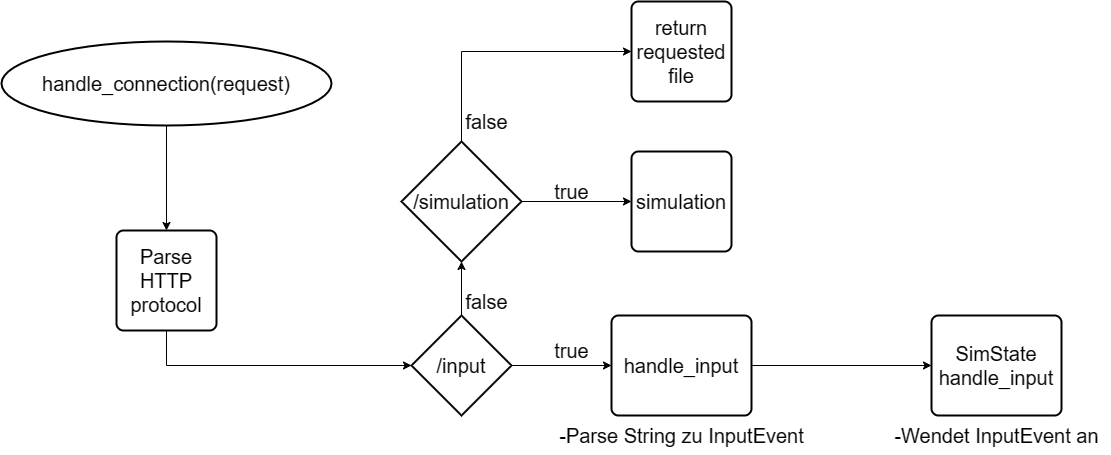
Earlier version of the draw.io export Final/request.png (DerGorn/InterstellareSimulation). Source tidied: cells renumbered, new cells last; positions are measured from the earlier drawing's top-left corner, leaving out a move shared by most shapes. The source it was exported from:
```xml
<mxGraphModel>
  <root>
    <mxCell id="0" />
    <mxCell id="1" parent="0" />
    <mxCell id="2" style="edgeStyle=orthogonalEdgeStyle;rounded=0;jettySize=auto;html=1;entryX=0;entryY=0.5;entryDx=0;entryDy=0;" parent="1" edge="1" source="4" target="6">
      <mxGeometry relative="1" as="geometry" />
    </mxCell>
    <mxCell id="3" style="edgeStyle=orthogonalEdgeStyle;rounded=0;jettySize=auto;html=1;entryX=0.5;entryY=1;entryDx=0;entryDy=0;entryPerimeter=0;" parent="1" edge="1" source="4" target="13">
      <mxGeometry relative="1" as="geometry" />
    </mxCell>
    <mxCell id="4" value="&lt;font style=&quot;font-size: 20px;&quot;&gt;/input&lt;/font&gt;" style="strokeWidth=2;html=1;shape=mxgraph.flowchart.decision;whiteSpace=wrap;" parent="1" vertex="1">
      <mxGeometry x="410" y="314" width="100" height="100" as="geometry" />
    </mxCell>
    <mxCell id="5" style="edgeStyle=orthogonalEdgeStyle;rounded=0;jettySize=auto;html=1;" parent="1" edge="1" source="6" target="9">
      <mxGeometry relative="1" as="geometry" />
    </mxCell>
    <mxCell id="6" value="&lt;font style=&quot;font-size: 20px;&quot;&gt;handle_input&lt;/font&gt;" style="rounded=1;whiteSpace=wrap;html=1;absoluteArcSize=1;arcSize=14;strokeWidth=2;" parent="1" vertex="1">
      <mxGeometry x="610" y="314" width="140" height="100" as="geometry" />
    </mxCell>
    <mxCell id="7" value="&lt;span style=&quot;font-size: 20px;&quot;&gt;-Parse String zu InputEvent&lt;/span&gt;" style="text;html=1;align=center;verticalAlign=middle;strokeColor=none;fillColor=none;" parent="1" vertex="1">
      <mxGeometry x="545" y="414" width="270" height="40" as="geometry" />
    </mxCell>
    <mxCell id="8" value="&lt;font style=&quot;font-size: 20px;&quot;&gt;true&lt;/font&gt;" style="text;html=1;align=center;verticalAlign=middle;strokeColor=none;fillColor=none;" parent="1" vertex="1">
      <mxGeometry x="540" y="329" width="60" height="40" as="geometry" />
    </mxCell>
    <mxCell id="9" value="&lt;font style=&quot;font-size: 20px;&quot;&gt;SimState&lt;br&gt;handle_input&lt;/font&gt;" style="rounded=1;whiteSpace=wrap;html=1;absoluteArcSize=1;arcSize=14;strokeWidth=2;" parent="1" vertex="1">
      <mxGeometry x="930" y="314" width="130" height="100" as="geometry" />
    </mxCell>
    <mxCell id="10" value="&lt;span style=&quot;font-size: 20px;&quot;&gt;-Wendet InputEvent an&lt;/span&gt;" style="text;html=1;align=center;verticalAlign=middle;strokeColor=none;fillColor=none;" parent="1" vertex="1">
      <mxGeometry x="880" y="414" width="230" height="40" as="geometry" />
    </mxCell>
    <mxCell id="11" style="edgeStyle=orthogonalEdgeStyle;rounded=0;jettySize=auto;html=1;entryX=0;entryY=0.5;entryDx=0;entryDy=0;" parent="1" edge="1" source="13" target="16">
      <mxGeometry relative="1" as="geometry" />
    </mxCell>
    <mxCell id="12" style="edgeStyle=orthogonalEdgeStyle;rounded=0;jettySize=auto;html=1;entryX=0;entryY=0.5;entryDx=0;entryDy=0;exitX=0.5;exitY=0;exitDx=0;exitDy=0;exitPerimeter=0;" parent="1" edge="1" source="13" target="15">
      <mxGeometry relative="1" as="geometry" />
    </mxCell>
    <mxCell id="13" value="&lt;font style=&quot;font-size: 20px;&quot;&gt;/simulation&lt;/font&gt;" style="strokeWidth=2;html=1;shape=mxgraph.flowchart.decision;whiteSpace=wrap;" parent="1" vertex="1">
      <mxGeometry x="400" y="140" width="120" height="120" as="geometry" />
    </mxCell>
    <mxCell id="14" value="&lt;font style=&quot;font-size: 20px;&quot;&gt;false&lt;/font&gt;" style="text;html=1;align=center;verticalAlign=middle;strokeColor=none;fillColor=none;" parent="1" vertex="1">
      <mxGeometry x="450" y="280" width="70" height="40" as="geometry" />
    </mxCell>
    <mxCell id="15" value="&lt;font style=&quot;font-size: 20px;&quot;&gt;return requested file&lt;/font&gt;" style="rounded=1;whiteSpace=wrap;html=1;absoluteArcSize=1;arcSize=14;strokeWidth=2;" parent="1" vertex="1">
      <mxGeometry x="630" width="100" height="100" as="geometry" />
    </mxCell>
    <mxCell id="16" value="&lt;font style=&quot;font-size: 20px;&quot;&gt;simulation&lt;/font&gt;" style="rounded=1;whiteSpace=wrap;html=1;absoluteArcSize=1;arcSize=14;strokeWidth=2;" parent="1" vertex="1">
      <mxGeometry x="630" y="150" width="100" height="100" as="geometry" />
    </mxCell>
    <mxCell id="17" value="&lt;font style=&quot;font-size: 20px;&quot;&gt;false&lt;/font&gt;" style="text;html=1;align=center;verticalAlign=middle;strokeColor=none;fillColor=none;" parent="1" vertex="1">
      <mxGeometry x="450" y="100" width="70" height="40" as="geometry" />
    </mxCell>
    <mxCell id="18" value="&lt;font style=&quot;font-size: 20px;&quot;&gt;true&lt;/font&gt;" style="text;html=1;align=center;verticalAlign=middle;strokeColor=none;fillColor=none;" parent="1" vertex="1">
      <mxGeometry x="540" y="170" width="60" height="40" as="geometry" />
    </mxCell>
    <mxCell id="19" style="edgeStyle=orthogonalEdgeStyle;rounded=0;jettySize=auto;html=1;" parent="1" edge="1" source="20" target="22">
      <mxGeometry relative="1" as="geometry" />
    </mxCell>
    <mxCell id="20" value="&lt;font style=&quot;font-size: 20px;&quot;&gt;handle_connection(request)&lt;/font&gt;" style="strokeWidth=2;html=1;shape=mxgraph.flowchart.start_1;whiteSpace=wrap;" parent="1" vertex="1">
      <mxGeometry y="40" width="330" height="84" as="geometry" />
    </mxCell>
    <mxCell id="21" style="edgeStyle=orthogonalEdgeStyle;rounded=0;jettySize=auto;html=1;entryX=0;entryY=0.5;entryDx=0;entryDy=0;entryPerimeter=0;exitX=0.5;exitY=1;exitDx=0;exitDy=0;" parent="1" edge="1" source="22" target="4">
      <mxGeometry relative="1" as="geometry" />
    </mxCell>
    <mxCell id="22" value="&lt;font style=&quot;font-size: 20px;&quot;&gt;Parse HTTP protocol&lt;/font&gt;" style="rounded=1;whiteSpace=wrap;html=1;absoluteArcSize=1;arcSize=14;strokeWidth=2;" parent="1" vertex="1">
      <mxGeometry x="115" y="229" width="100" height="100" as="geometry" />
    </mxCell>
  </root>
</mxGraphModel>
```
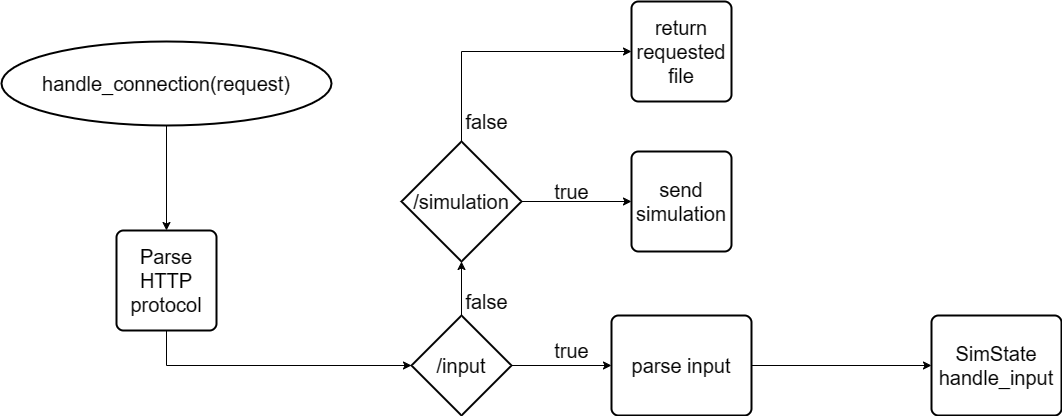
The same file after the commit.

The edit, as a diff of the source:
```diff
@@ -14,21 +14,15 @@
     <mxCell id="5" style="edgeStyle=orthogonalEdgeStyle;rounded=0;jettySize=auto;html=1;" parent="1" edge="1" source="6" target="9">
       <mxGeometry relative="1" as="geometry" />
     </mxCell>
-    <mxCell id="6" value="&lt;font style=&quot;font-size: 20px;&quot;&gt;handle_input&lt;/font&gt;" style="rounded=1;whiteSpace=wrap;html=1;absoluteArcSize=1;arcSize=14;strokeWidth=2;" parent="1" vertex="1">
+    <mxCell id="6" value="&lt;font style=&quot;font-size: 20px;&quot;&gt;parse input&lt;/font&gt;" style="rounded=1;whiteSpace=wrap;html=1;absoluteArcSize=1;arcSize=14;strokeWidth=2;" parent="1" vertex="1">
       <mxGeometry x="610" y="314" width="140" height="100" as="geometry" />
     </mxCell>
-    <mxCell id="7" value="&lt;span style=&quot;font-size: 20px;&quot;&gt;-Parse String zu InputEvent&lt;/span&gt;" style="text;html=1;align=center;verticalAlign=middle;strokeColor=none;fillColor=none;" parent="1" vertex="1">
-      <mxGeometry x="545" y="414" width="270" height="40" as="geometry" />
-    </mxCell>
     <mxCell id="8" value="&lt;font style=&quot;font-size: 20px;&quot;&gt;true&lt;/font&gt;" style="text;html=1;align=center;verticalAlign=middle;strokeColor=none;fillColor=none;" parent="1" vertex="1">
       <mxGeometry x="540" y="329" width="60" height="40" as="geometry" />
     </mxCell>
     <mxCell id="9" value="&lt;font style=&quot;font-size: 20px;&quot;&gt;SimState&lt;br&gt;handle_input&lt;/font&gt;" style="rounded=1;whiteSpace=wrap;html=1;absoluteArcSize=1;arcSize=14;strokeWidth=2;" parent="1" vertex="1">
       <mxGeometry x="930" y="314" width="130" height="100" as="geometry" />
     </mxCell>
-    <mxCell id="10" value="&lt;span style=&quot;font-size: 20px;&quot;&gt;-Wendet InputEvent an&lt;/span&gt;" style="text;html=1;align=center;verticalAlign=middle;strokeColor=none;fillColor=none;" parent="1" vertex="1">
-      <mxGeometry x="880" y="414" width="230" height="40" as="geometry" />
-    </mxCell>
     <mxCell id="11" style="edgeStyle=orthogonalEdgeStyle;rounded=0;jettySize=auto;html=1;entryX=0;entryY=0.5;entryDx=0;entryDy=0;" parent="1" edge="1" source="13" target="16">
       <mxGeometry relative="1" as="geometry" />
     </mxCell>
@@ -44,7 +38,7 @@
     <mxCell id="15" value="&lt;font style=&quot;font-size: 20px;&quot;&gt;return requested file&lt;/font&gt;" style="rounded=1;whiteSpace=wrap;html=1;absoluteArcSize=1;arcSize=14;strokeWidth=2;" parent="1" vertex="1">
       <mxGeometry x="630" width="100" height="100" as="geometry" />
     </mxCell>
-    <mxCell id="16" value="&lt;font style=&quot;font-size: 20px;&quot;&gt;simulation&lt;/font&gt;" style="rounded=1;whiteSpace=wrap;html=1;absoluteArcSize=1;arcSize=14;strokeWidth=2;" parent="1" vertex="1">
+    <mxCell id="16" value="&lt;font style=&quot;font-size: 20px;&quot;&gt;send simulation&lt;/font&gt;" style="rounded=1;whiteSpace=wrap;html=1;absoluteArcSize=1;arcSize=14;strokeWidth=2;" parent="1" vertex="1">
       <mxGeometry x="630" y="150" width="100" height="100" as="geometry" />
     </mxCell>
     <mxCell id="17" value="&lt;font style=&quot;font-size: 20px;&quot;&gt;false&lt;/font&gt;" style="text;html=1;align=center;verticalAlign=middle;strokeColor=none;fillColor=none;" parent="1" vertex="1">
```
